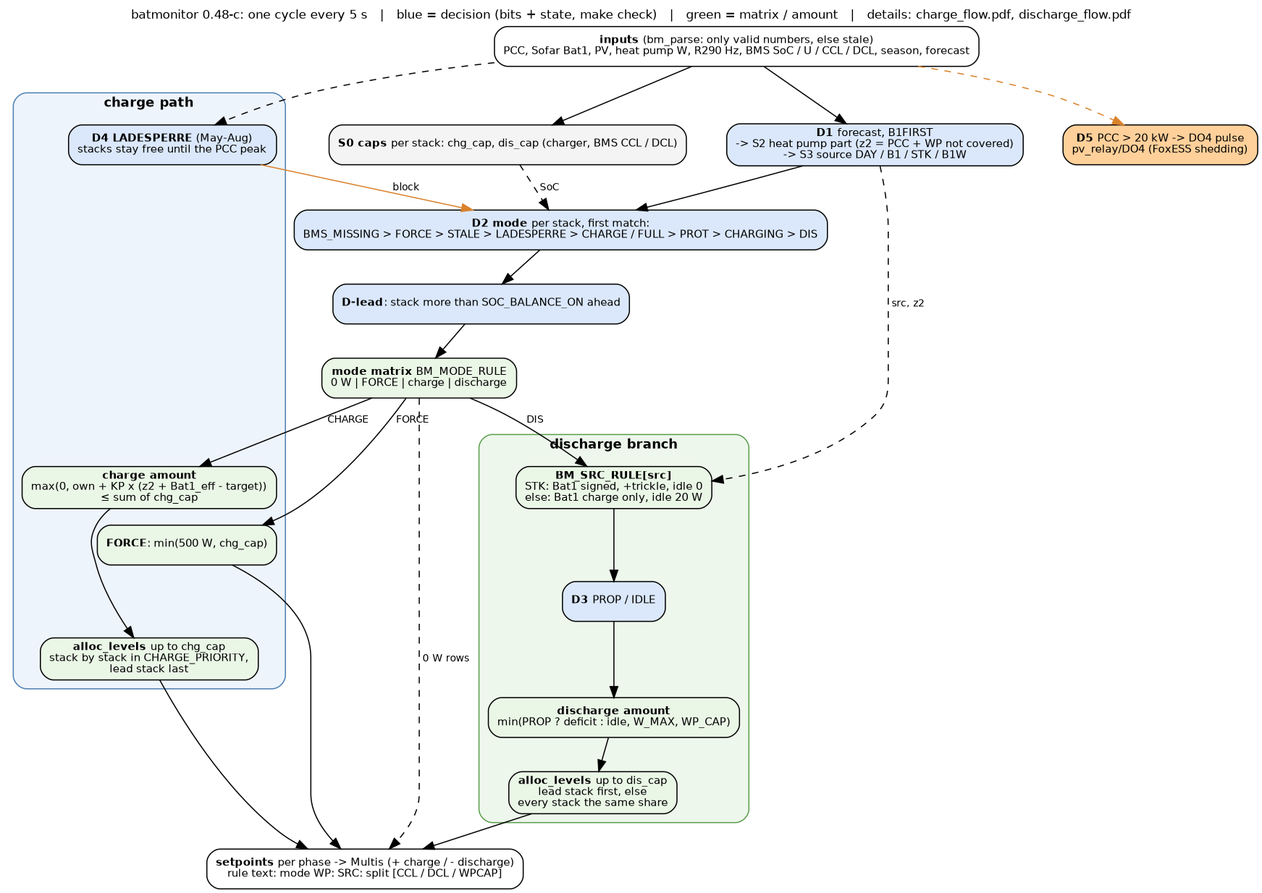
Above: docs/control_flow.png in gerontec/victron (Graphviz), before the change. Its source is kept beside it as docs/control_flow.dot.
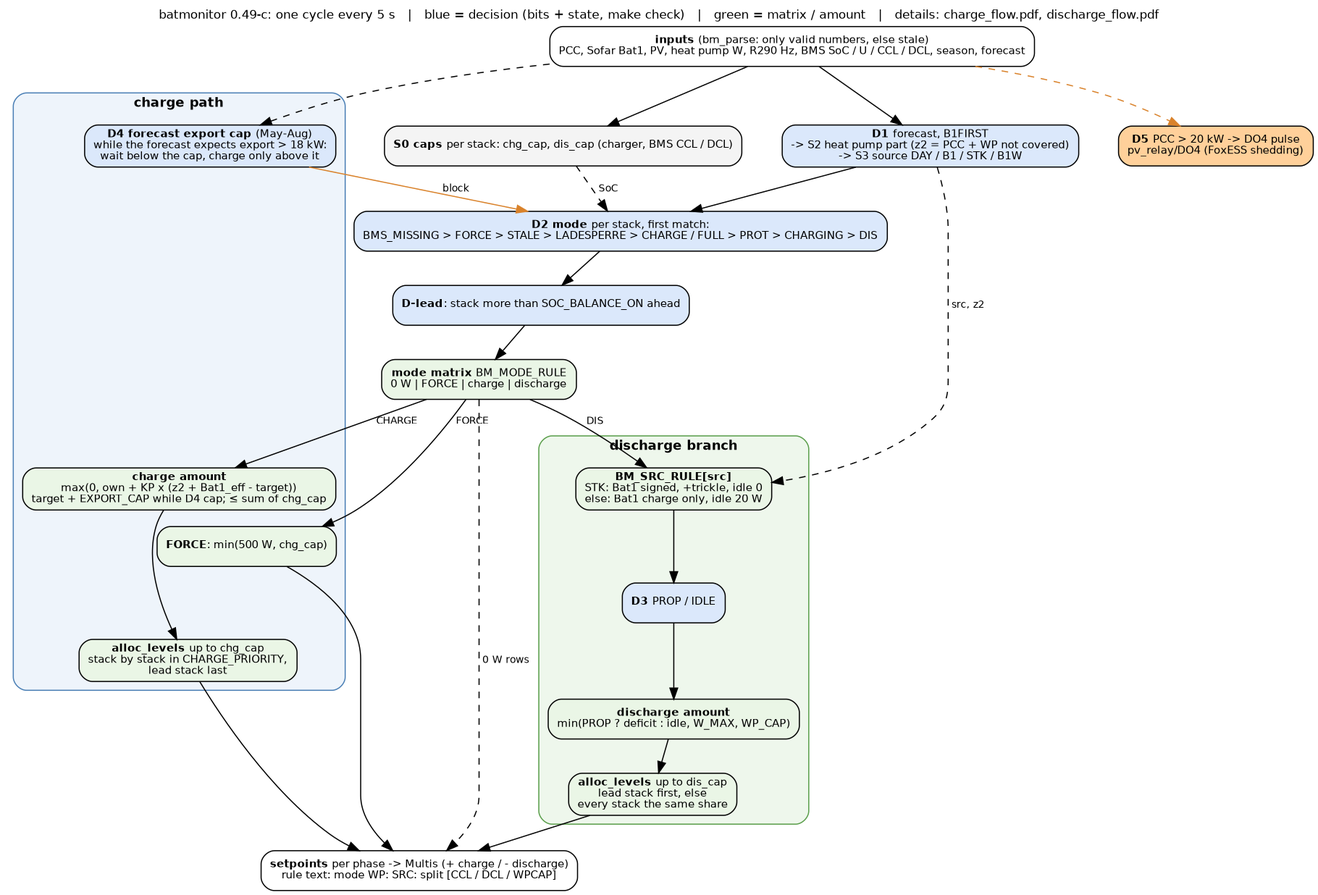
Later version of the same file.

Diff of the diagram source:
```diff
@@ -1,6 +1,6 @@
 digraph control {
 	graph [rankdir=TB, fontname="Helvetica", fontsize=11, nodesep=0.5, ranksep=0.4, newrank=true,
-		   label="batmonitor 0.48-c: one cycle every 5 s   |   blue = decision (bits + state, make check)   |   green = matrix / amount   |   details: charge_flow.pdf, discharge_flow.pdf",
+		   label="batmonitor 0.49-c: one cycle every 5 s   |   blue = decision (bits + state, make check)   |   green = matrix / amount   |   details: charge_flow.pdf, discharge_flow.pdf",
 		   labelloc=t];
 	node [shape=box, style="rounded,filled", fillcolor="#f4f4f4", fontname="Helvetica", fontsize=10];
 	edge [fontname="Helvetica", fontsize=9];
@@ -14,9 +14,9 @@
 
 	subgraph cluster_charge {
 		label=<<b>charge path</b>>; style="rounded,filled"; fillcolor="#eef4fb"; color="#4a7fb5"; fontsize=12;
-		d4 [label=<<b>D4 LADESPERRE</b> (May-Aug)<br/>stacks stay free until the PCC peak>, fillcolor="#dbe8fb"];
+		d4 [label=<<b>D4 forecast export cap</b> (May-Aug)<br/>while the forecast expects export &gt; 18 kW:<br/>wait below the cap, charge only above it>, fillcolor="#dbe8fb"];
 		cforce [label=<<b>FORCE</b>: min(500 W, chg_cap)>, fillcolor="#eaf6e6"];
-		camount [label=<<b>charge amount</b><br/>max(0, own + KP x (z2 + Bat1_eff - target))<br/>&le; sum of chg_cap>, fillcolor="#eaf6e6"];
+		camount [label=<<b>charge amount</b><br/>max(0, own + KP x (z2 + Bat1_eff - target))<br/>target + EXPORT_CAP while D4 cap; &le; sum of chg_cap>, fillcolor="#eaf6e6"];
 		csplit [label=<<b>alloc_levels</b> up to chg_cap<br/>stack by stack in CHARGE_PRIORITY,<br/>lead stack last>, fillcolor="#eaf6e6"];
 		camount -> csplit;
 	}
```
